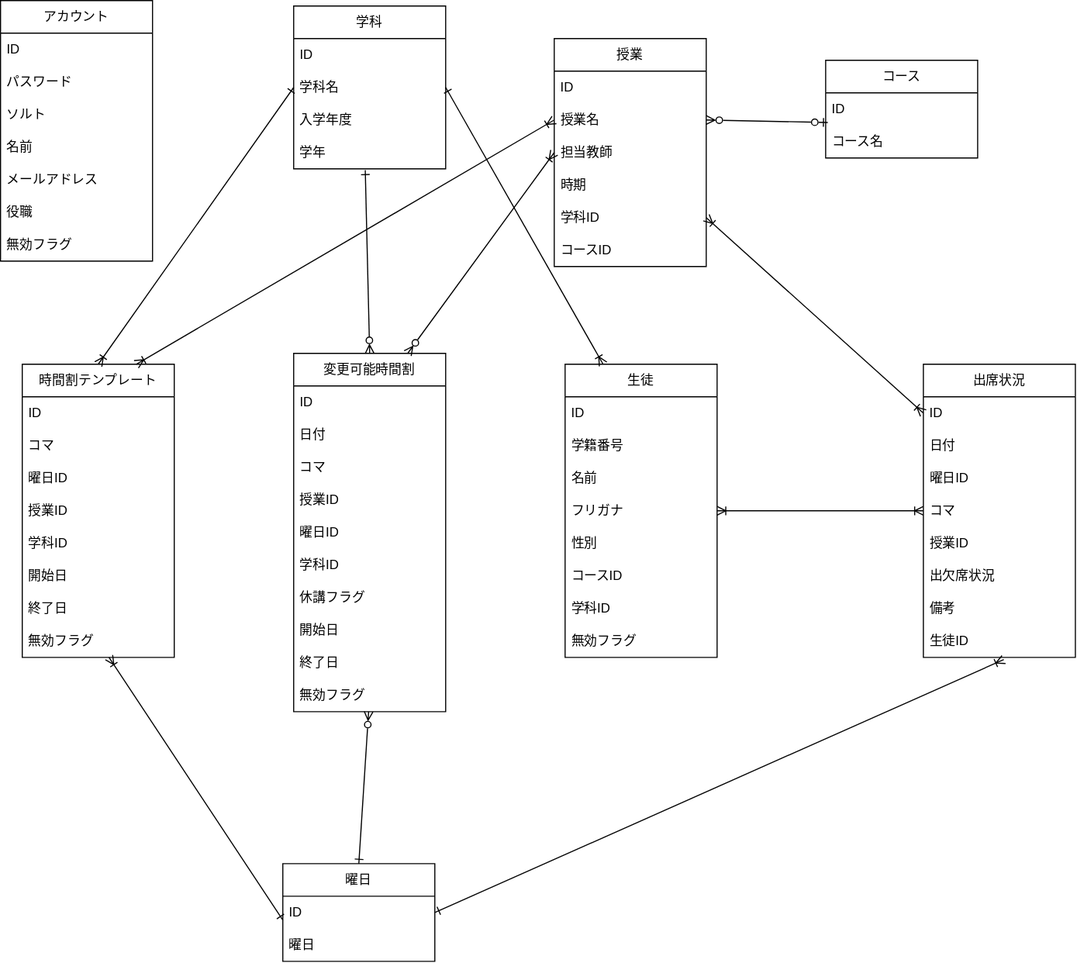
Before: データベース.drawio.svg, a diagram exported from draw.io (Raiki215/project_j). Source tidied: cells renumbered, new cells last; positions are measured from the earlier drawing's top-left corner, leaving out a move shared by most shapes.
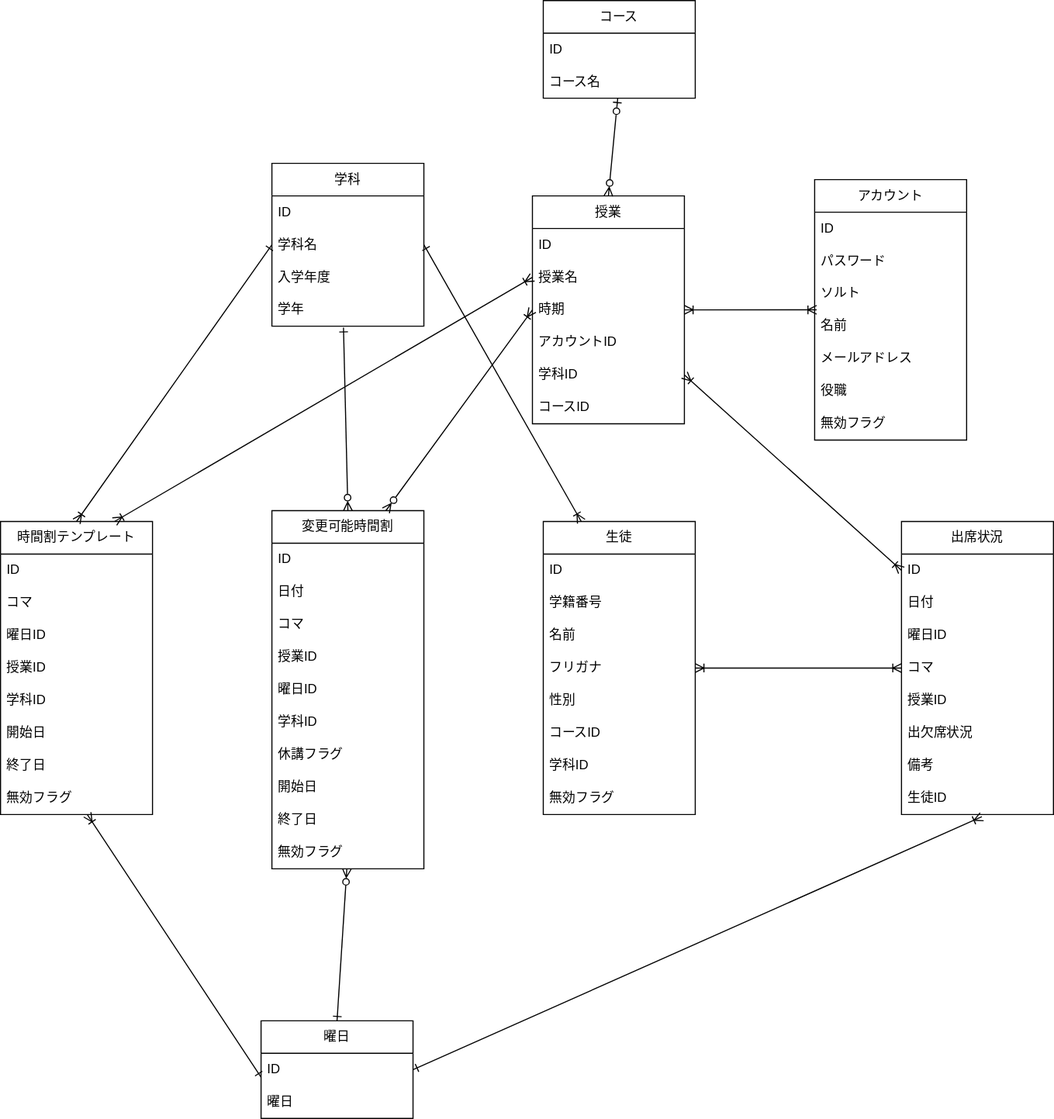
After the change.

Commit message:
アカウントID追加

The edit, as a diff of the source:
```diff
@@ -72,7 +72,7 @@
       <mxGeometry y="240" width="140" height="30" as="geometry" />
     </mxCell>
     <mxCell id="25" value="アカウント" style="swimlane;fontStyle=0;horizontal=1;startSize=30;whiteSpace=wrap;html=1;" parent="1" vertex="1">
-      <mxGeometry width="140" height="240" as="geometry" />
+      <mxGeometry x="770" y="20" width="140" height="240" as="geometry" />
     </mxCell>
     <mxCell id="26" value="ID" style="text;strokeColor=none;fillColor=none;align=left;verticalAlign=middle;spacingLeft=4;spacingRight=4;overflow=hidden;whiteSpace=wrap;html=1;" parent="25" vertex="1">
       <mxGeometry y="30" width="140" height="30" as="geometry" />
@@ -96,7 +96,7 @@
       <mxGeometry y="210" width="140" height="30" as="geometry" />
     </mxCell>
     <mxCell id="33" value="コース" style="swimlane;fontStyle=0;horizontal=1;startSize=30;whiteSpace=wrap;html=1;" parent="1" vertex="1">
-      <mxGeometry x="760" y="55" width="140" height="90" as="geometry" />
+      <mxGeometry x="520" y="-145" width="140" height="90" as="geometry" />
     </mxCell>
     <mxCell id="34" value="ID" style="text;strokeColor=none;fillColor=none;align=left;verticalAlign=middle;spacingLeft=4;spacingRight=4;overflow=hidden;whiteSpace=wrap;html=1;" parent="33" vertex="1">
       <mxGeometry y="30" width="140" height="30" as="geometry" />
@@ -182,12 +182,12 @@
     <mxCell id="61" value="授業名" style="text;strokeColor=none;fillColor=none;align=left;verticalAlign=middle;spacingLeft=4;spacingRight=4;overflow=hidden;points=[[0,0.5],[1,0.5]];portConstraint=eastwest;whiteSpace=wrap;html=1;" parent="59" vertex="1">
       <mxGeometry y="60" width="140" height="30" as="geometry" />
     </mxCell>
-    <mxCell id="62" value="担当教師" style="text;strokeColor=none;fillColor=none;align=left;verticalAlign=middle;spacingLeft=4;spacingRight=4;overflow=hidden;points=[[0,0.5],[1,0.5]];portConstraint=eastwest;whiteSpace=wrap;html=1;" parent="59" vertex="1">
-      <mxGeometry y="90" width="140" height="30" as="geometry" />
-    </mxCell>
     <mxCell id="63" value="時期" style="text;strokeColor=none;fillColor=none;align=left;verticalAlign=middle;spacingLeft=4;spacingRight=4;overflow=hidden;points=[[0,0.5],[1,0.5]];portConstraint=eastwest;whiteSpace=wrap;html=1;" parent="59" vertex="1">
-      <mxGeometry y="120" width="140" height="30" as="geometry" />
+      <mxGeometry y="90" width="140" height="30" as="geometry" />
     </mxCell>
+    <mxCell id="77" value="アカウントID" style="text;strokeColor=none;fillColor=none;align=left;verticalAlign=middle;spacingLeft=4;spacingRight=4;overflow=hidden;whiteSpace=wrap;html=1;" parent="59" vertex="1">
+      <mxGeometry y="120" width="140" height="30" as="geometry" />
+    </mxCell>
     <mxCell id="64" value="学科ID" style="text;strokeColor=none;fillColor=none;align=left;verticalAlign=middle;spacingLeft=4;spacingRight=4;overflow=hidden;points=[[0,0.5],[1,0.5]];portConstraint=eastwest;whiteSpace=wrap;html=1;" parent="59" vertex="1">
       <mxGeometry y="150" width="140" height="30" as="geometry" />
     </mxCell>
@@ -206,7 +206,7 @@
     <mxCell id="69" style="endArrow=ERoneToMany;startArrow=ERoneToMany;html=1;exitX=0;exitY=0.5;exitDx=0;exitDy=0;entryX=1;entryY=0.5;entryDx=0;entryDy=0;startFill=0;endFill=0;" parent="1" edge="1" source="20" target="11">
       <mxGeometry relative="1" as="geometry" />
     </mxCell>
-    <mxCell id="70" style="endArrow=ERzeroToOne;startArrow=ERzeroToMany;html=1;exitX=1;exitY=0.5;exitDx=0;exitDy=0;entryX=0.014;entryY=-0.089;entryDx=0;entryDy=0;startFill=0;endFill=0;entryPerimeter=0;" parent="1" edge="1" source="61" target="35">
+    <mxCell id="70" style="endArrow=ERzeroToOne;startArrow=ERzeroToMany;html=1;exitX=0.5;exitY=0;exitDx=0;exitDy=0;startFill=0;endFill=0;" parent="1" edge="1" source="59" target="35">
       <mxGeometry relative="1" as="geometry" />
     </mxCell>
     <mxCell id="71" style="endArrow=ERoneToMany;startArrow=ERoneToMany;html=1;exitX=0;exitY=0.5;exitDx=0;exitDy=0;entryX=1;entryY=0.5;entryDx=0;entryDy=0;startFill=0;endFill=0;" parent="1" edge="1" source="17" target="64">
@@ -224,8 +224,13 @@
     <mxCell id="75" style="endArrow=ERoneToMany;startArrow=ERoneToMany;html=1;exitX=0.75;exitY=0;exitDx=0;exitDy=0;entryX=0;entryY=0.5;entryDx=0;entryDy=0;startFill=0;endFill=0;" parent="1" edge="1" source="36" target="61">
       <mxGeometry relative="1" as="geometry" />
     </mxCell>
-    <mxCell id="76" style="endArrow=ERoneToMany;startArrow=ERzeroToMany;html=1;exitX=0.75;exitY=0;exitDx=0;exitDy=0;entryX=0;entryY=0.5;entryDx=0;entryDy=0;startFill=0;endFill=0;" parent="1" edge="1" source="48" target="62">
-      <mxGeometry relative="1" as="geometry" />
+    <mxCell id="76" style="endArrow=ERoneToMany;startArrow=ERzeroToMany;html=1;exitX=0.75;exitY=0;exitDx=0;exitDy=0;entryX=0;entryY=0.5;entryDx=0;entryDy=0;startFill=0;endFill=0;" parent="1" edge="1" source="48">
+      <mxGeometry relative="1" as="geometry">
+        <mxPoint x="510" y="140" as="targetPoint" />
+      </mxGeometry>
     </mxCell>
+    <mxCell id="78" style="endArrow=ERoneToMany;startArrow=ERoneToMany;html=1;exitX=0.013;exitY=-0.001;exitDx=0;exitDy=0;entryX=1;entryY=0.5;entryDx=0;entryDy=0;startFill=0;endFill=0;exitPerimeter=0;" parent="1" edge="1" source="29" target="63">
+      <mxGeometry relative="1" as="geometry" />
+    </mxCell>
   </root>
 </mxGraphModel>
```
